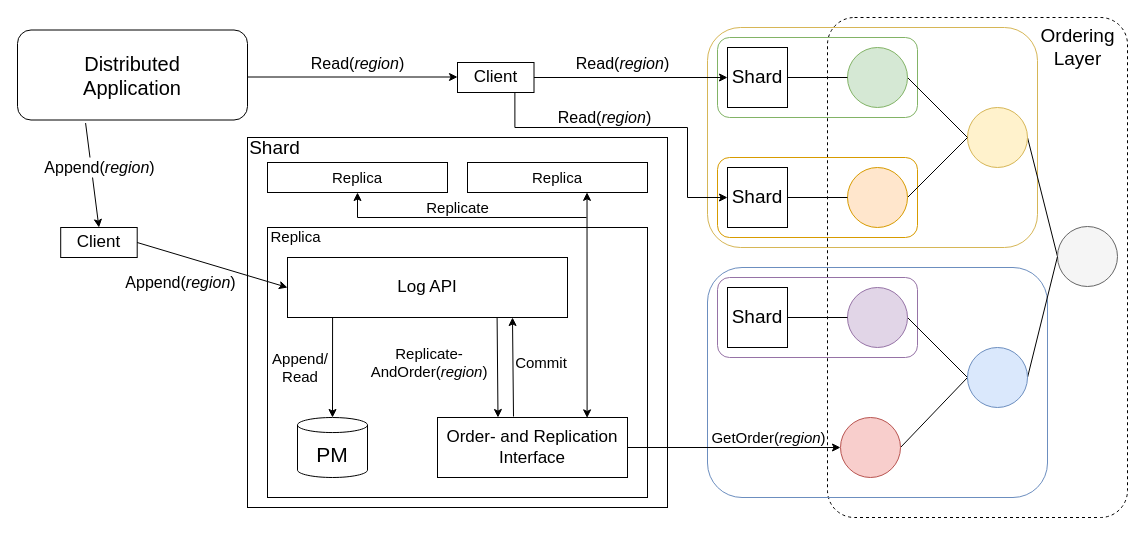
nathanieltornow/PMLog keeps this draw.io diagram as docs/System_Arch2.drawio. Above is the earlier version. Source tidied: cells renumbered, new cells numbered last; positions are measured from the earlier drawing's top-left corner, leaving out a move shared by most shapes. Both pictures are drawn from the tidied source at 100%, with x=0, y=0 at pixel (17, 17).
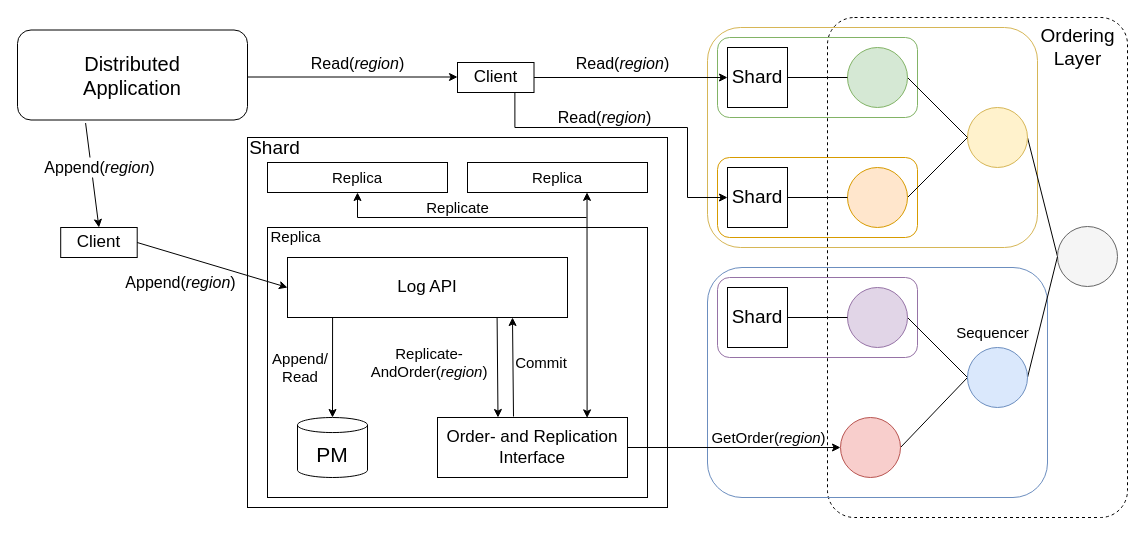
The same page after the edit.

The edit, as a diff of the source:
```diff
@@
+    <mxCell id="61" value="&lt;font style=&quot;font-size: 15px&quot;&gt;Sequencer&lt;/font&gt;" style="text;html=1;align=center;verticalAlign=middle;strokeColor=none;fillColor=none;" parent="1" vertex="1">
+      <mxGeometry x="930" y="305" width="90" height="20" as="geometry" />
+    </mxCell>
```
